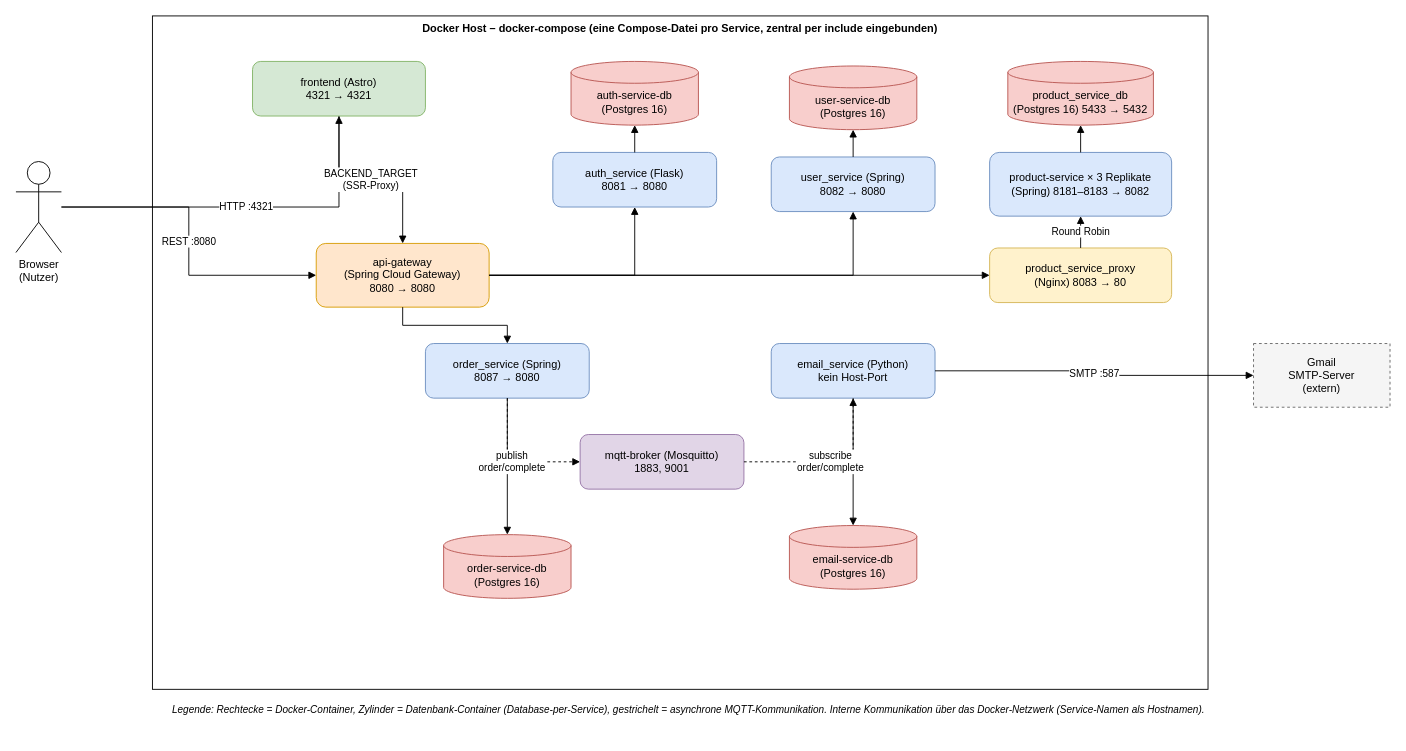
Earlier version of the draw.io diagram arc42/diagramme/05-deployment.drawio (noah-preyer/SS26_Software_Architektur_Ebay2). Source tidied: cells renumbered, new cells numbered last; positions are measured from the earlier drawing's top-left corner, leaving out a move shared by most shapes. Both pictures are drawn from the tidied source at 91%, with x=0, y=0 at pixel (15, 15).
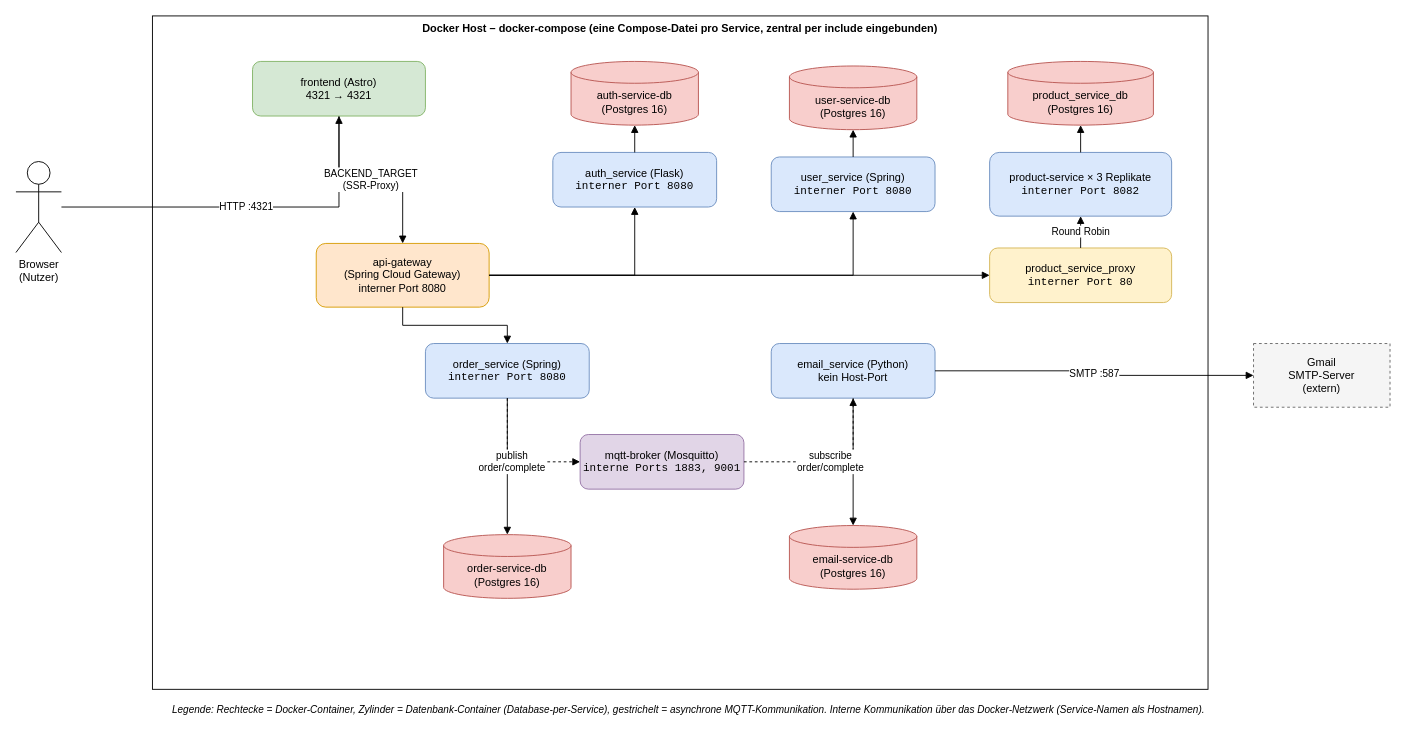
The same page after the edit.

Unchanged cells that the change refers to:
```xml
<mxCell id="3" value="Browser&#10;(Nutzer)" style="shape=umlActor;verticalLabelPosition=bottom;verticalAlign=top;html=1;outlineConnect=0;" parent="1" vertex="1">
  <mxGeometry y="160" width="50" height="100" as="geometry" />
</mxCell>
```

Diff of the diagram source:
```diff
@@
-    <mxCell id="6" value="api-gateway&#10;(Spring Cloud Gateway)&#10;8080 → 8080" style="rounded=1;whiteSpace=wrap;html=1;fillColor=#ffe6cc;strokeColor=#d79b00;" parent="1" vertex="1">
+    <mxCell id="6" value="api-gateway&lt;br&gt;(Spring Cloud Gateway)&lt;br&gt;interner Port 8080" style="rounded=1;whiteSpace=wrap;html=1;fillColor=#ffe6cc;strokeColor=#d79b00;" parent="1" vertex="1">
       <mxGeometry x="330" y="250" width="190" height="70" as="geometry" />
     </mxCell>
-    <mxCell id="7" value="auth_service (Flask)&#10;8081 → 8080" style="rounded=1;whiteSpace=wrap;html=1;fillColor=#dae8fc;strokeColor=#6c8ebf;" parent="1" vertex="1">
+    <mxCell id="7" value="auth_service (Flask)&lt;br&gt;&lt;code&gt;interner Port 8080&lt;/code&gt;" style="rounded=1;whiteSpace=wrap;html=1;fillColor=#dae8fc;strokeColor=#6c8ebf;" parent="1" vertex="1">
       <mxGeometry x="590" y="150" width="180" height="60" as="geometry" />
     </mxCell>
@@
-    <mxCell id="9" value="user_service (Spring)&#10;8082 → 8080" style="rounded=1;whiteSpace=wrap;html=1;fillColor=#dae8fc;strokeColor=#6c8ebf;" parent="1" vertex="1">
+    <mxCell id="9" value="user_service (Spring)&lt;br&gt;&lt;code&gt;interner Port 8080&lt;/code&gt;" style="rounded=1;whiteSpace=wrap;html=1;fillColor=#dae8fc;strokeColor=#6c8ebf;" parent="1" vertex="1">
       <mxGeometry x="830" y="155" width="180" height="60" as="geometry" />
     </mxCell>
@@
-    <mxCell id="11" value="product_service_proxy&#10;(Nginx) 8083 → 80" style="rounded=1;whiteSpace=wrap;html=1;fillColor=#fff2cc;strokeColor=#d6b656;" parent="1" vertex="1">
+    <mxCell id="11" value="product_service_proxy&lt;br&gt;&lt;code&gt;interner Port 80&lt;/code&gt;" style="rounded=1;whiteSpace=wrap;html=1;fillColor=#fff2cc;strokeColor=#d6b656;" parent="1" vertex="1">
       <mxGeometry x="1070" y="255" width="200" height="60" as="geometry" />
     </mxCell>
-    <mxCell id="12" value="product-service × 3 Replikate&#10;(Spring) 8181–8183 → 8082" style="rounded=1;whiteSpace=wrap;html=1;fillColor=#dae8fc;strokeColor=#6c8ebf;" parent="1" vertex="1">
+    <mxCell id="12" value="product-service × 3 Replikate&lt;br&gt;&lt;code&gt;interner Port 8082&lt;/code&gt;" style="rounded=1;whiteSpace=wrap;html=1;fillColor=#dae8fc;strokeColor=#6c8ebf;" parent="1" vertex="1">
       <mxGeometry x="1070" y="150" width="200" height="70" as="geometry" />
     </mxCell>
-    <mxCell id="13" value="product_service_db&#10;(Postgres 16) 5433 → 5432" style="shape=cylinder3;whiteSpace=wrap;html=1;boundedLbl=1;backgroundOutline=1;size=12;fillColor=#f8cecc;strokeColor=#b85450;" parent="1" vertex="1">
+    <mxCell id="13" value="product_service_db&lt;br&gt;(Postgres 16)" style="shape=cylinder3;whiteSpace=wrap;html=1;boundedLbl=1;backgroundOutline=1;size=12;fillColor=#f8cecc;strokeColor=#b85450;" parent="1" vertex="1">
       <mxGeometry x="1090" y="50" width="160" height="70" as="geometry" />
     </mxCell>
-    <mxCell id="14" value="order_service (Spring)&#10;8087 → 8080" style="rounded=1;whiteSpace=wrap;html=1;fillColor=#dae8fc;strokeColor=#6c8ebf;" parent="1" vertex="1">
+    <mxCell id="14" value="order_service (Spring)&lt;br&gt;&lt;code&gt;interner Port 8080&lt;/code&gt;" style="rounded=1;whiteSpace=wrap;html=1;fillColor=#dae8fc;strokeColor=#6c8ebf;" parent="1" vertex="1">
       <mxGeometry x="450" y="360" width="180" height="60" as="geometry" />
     </mxCell>
@@
-    <mxCell id="18" value="mqtt-broker (Mosquitto)&#10;1883, 9001" style="rounded=1;whiteSpace=wrap;html=1;fillColor=#e1d5e7;strokeColor=#9673a6;" parent="1" vertex="1">
+    <mxCell id="18" value="mqtt-broker (Mosquitto)&lt;br&gt;&lt;code&gt;interne Ports 1883, 9001&lt;/code&gt;" style="rounded=1;whiteSpace=wrap;html=1;fillColor=#e1d5e7;strokeColor=#9673a6;" parent="1" vertex="1">
       <mxGeometry x="620" y="460" width="180" height="60" as="geometry" />
     </mxCell>
@@
-    <mxCell id="20" value="REST :8080" style="edgeStyle=orthogonalEdgeStyle;rounded=0;html=1;endArrow=block;" parent="1" edge="1" source="3" target="6">
-      <mxGeometry relative="1" as="geometry" />
-    </mxCell>
```
